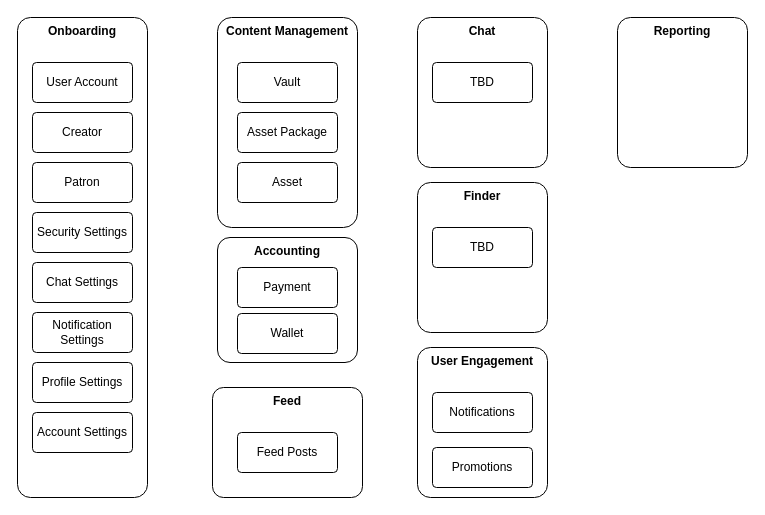
The draw.io diagram page "Domain Services" (3 of 4) of Documentation/High-Level Architecture.drawio in conradcreel/onlysats, before the edit. Source tidied: cells renumbered, new cells numbered last; positions are measured from the earlier drawing's top-left corner, leaving out a move shared by most shapes. Both pictures are drawn from the tidied source at 100%, with x=0, y=0 at pixel (17, 17).
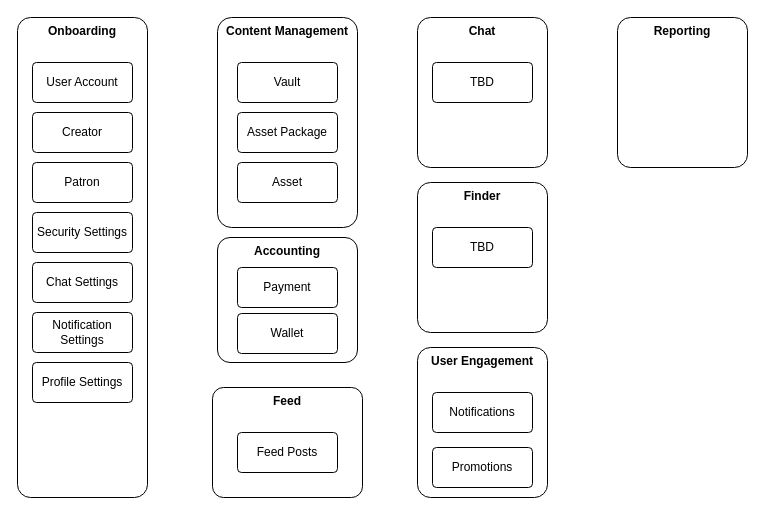
The same diagram, later.

Diff of the diagram source:
```diff
@@
-    <mxCell id="9" value="Account Settings" style="rounded=1;arcSize=10;whiteSpace=wrap;html=1;align=center;" parent="1" vertex="1">
-      <mxGeometry x="15" y="395" width="100" height="40" as="geometry" />
-    </mxCell>
```
